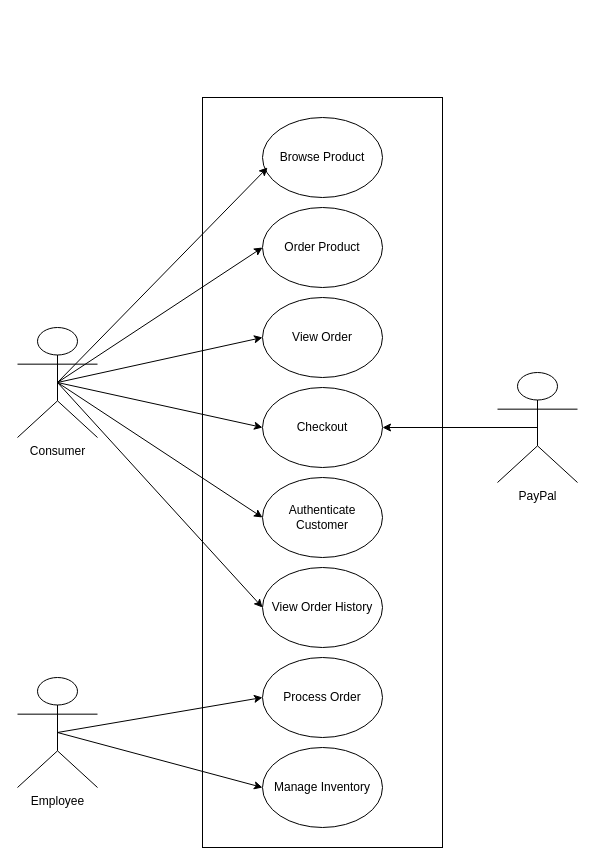
This is page "Use_Case_Diagram" (1 of 3) of Project_Diagrams.drawio from stephencdevaney/TTU_CS5363_Software_Project_Management, a draw.io file, before an edit. Source tidied: cells renumbered, new cells numbered last; positions are measured from the earlier drawing's top-left corner, leaving out a move shared by most shapes. Both pictures are drawn from the tidied source at 100%, with x=0, y=0 at pixel (17, 97).
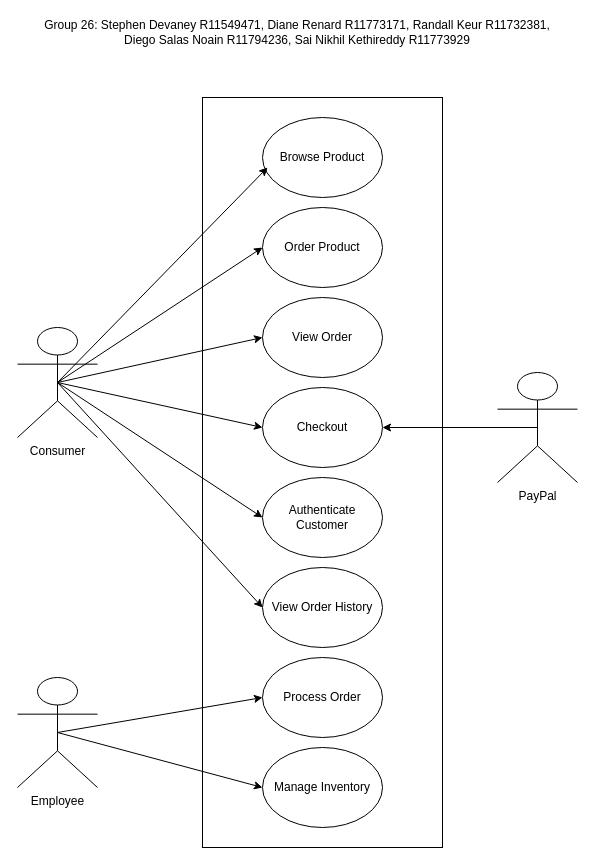
After the change.

Commit message (it also covers changes not shown here):
Add Group Number and Member Names

What changed in the source:
```diff
@@
+    <mxCell id="24" value="Group 26: Stephen Devaney R11549471, Diane Renard R11773171, Randall Keur R11732381, &lt;br&gt;Diego Salas Noain R11794236, Sai Nikhil Kethireddy R11773929" style="text;html=1;strokeColor=none;fillColor=none;align=center;verticalAlign=middle;whiteSpace=wrap;rounded=0;" parent="1" vertex="1">
+      <mxGeometry y="-80" width="560" height="30" as="geometry" />
+    </mxCell>
```
